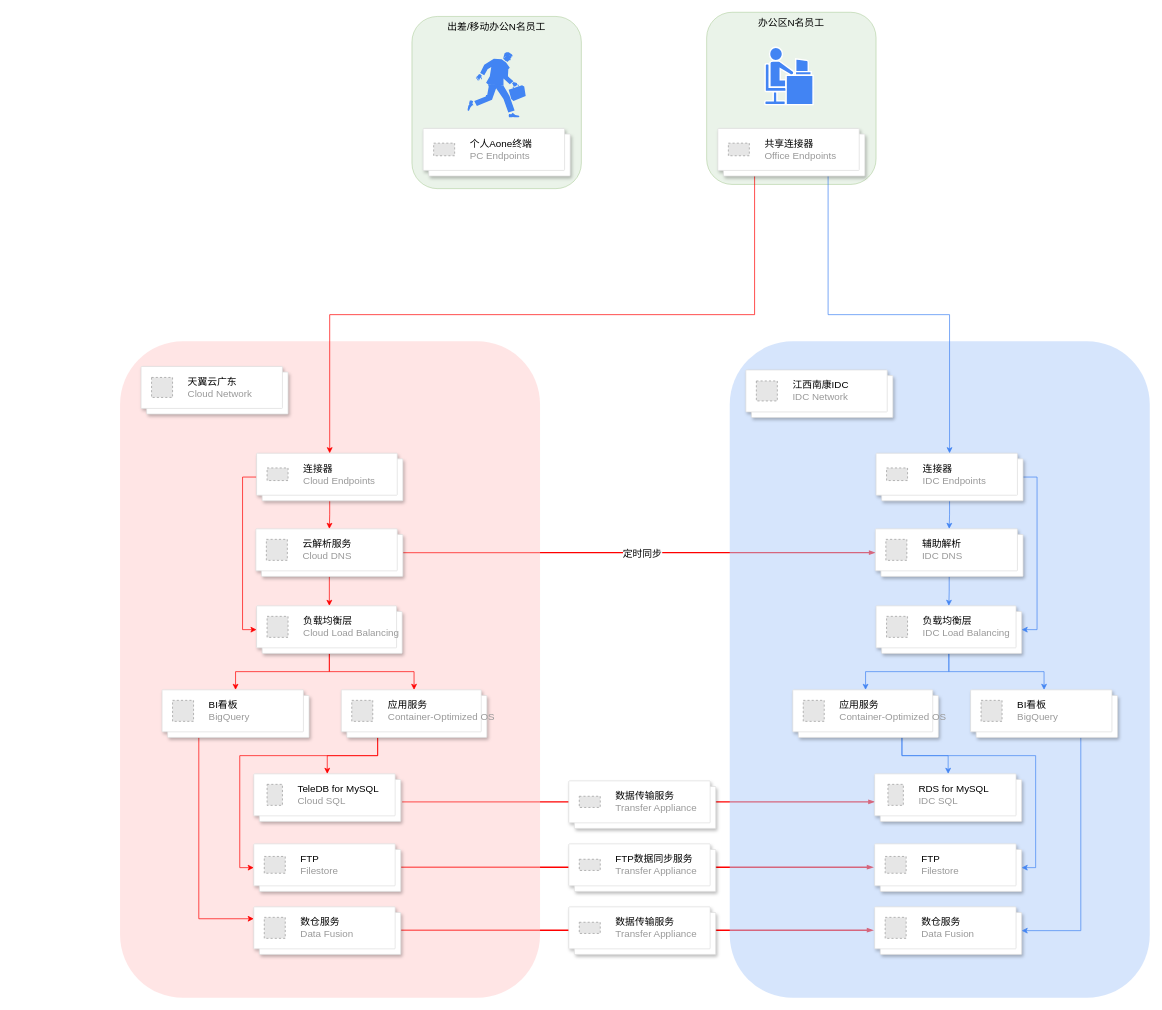
Above: page "第 1 页" (1 of 2) of 洋臣架构.drawio in MyselfblueKAMI/drawpub (draw.io), before the change. Source tidied: cells renumbered, new cells numbered last; positions are measured from the earlier drawing's top-left corner, leaving out a move shared by most shapes. Both pictures are drawn from the tidied source at 70%, with x=0, y=0 at pixel (120, 12). Pictures stored in the file or linked from it are replaced by grey dashed boxes.
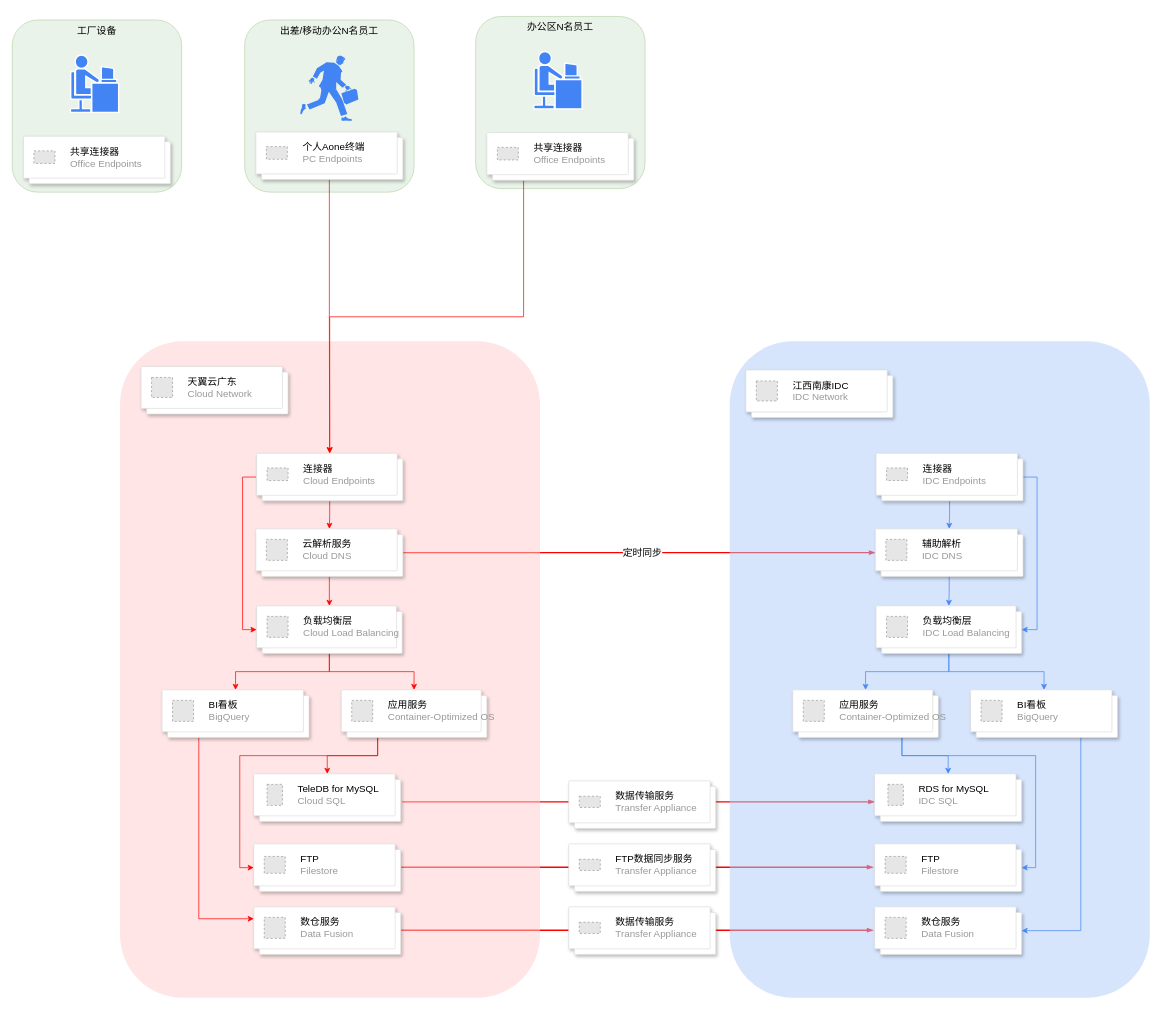
Above is the later version.

Commit message (it also covers changes not shown here):
更新洋臣架构.drawio

The change refers to these unchanged cells:
```xml
<mxCell id="62" style="shape=mxgraph.gcp2.doubleRect;fillColor=#ffffff;strokeColor=#dddddd;shadow=1;strokeWidth=1;rounded=1;absoluteArcSize=1;arcSize=2;" parent="1" vertex="1">
  <mxGeometry x="195" y="630" width="209" height="68" as="geometry" />
</mxCell>
<mxCell id="66" style="shape=mxgraph.gcp2.doubleRect;fillColor=#ffffff;strokeColor=#dddddd;shadow=1;strokeWidth=1;rounded=1;absoluteArcSize=1;arcSize=2;" parent="1" vertex="1">
  <mxGeometry x="1080" y="630" width="210" height="68" as="geometry" />
</mxCell>
```

What changed in the source:
```diff
@@
     <mxCell id="2" value="出差/移动办公N名员工" style="rounded=1;whiteSpace=wrap;html=1;fillColor=#d5e8d4;strokeColor=#82b366;opacity=50;fontSize=14;verticalAlign=top;" parent="1" vertex="1">
-      <mxGeometry x="417" y="6" width="242" height="246" as="geometry" />
+      <mxGeometry x="178" y="11" width="242" height="246" as="geometry" />
     </mxCell>
@@
     <mxCell id="68" value="办公区N名员工" style="rounded=1;whiteSpace=wrap;html=1;fillColor=#d5e8d4;strokeColor=#82b366;opacity=50;fontSize=14;verticalAlign=top;" parent="1" vertex="1">
-      <mxGeometry x="838" width="242" height="246" as="geometry" />
+      <mxGeometry x="508" y="6" width="242" height="246" as="geometry" />
     </mxCell>
@@
-    <mxCell id="70" style="edgeStyle=orthogonalEdgeStyle;rounded=0;jettySize=auto;html=1;exitX=0.75;exitY=1;exitDx=0;exitDy=0;entryX=0.5;entryY=0;entryDx=0;entryDy=0;strokeColor=#4284F3;" parent="1" edge="1" source="71" target="66">
-      <mxGeometry relative="1" as="geometry" />
-    </mxCell>
     <mxCell id="71" style="shape=mxgraph.gcp2.doubleRect;fillColor=#ffffff;strokeColor=#dddddd;shadow=1;strokeWidth=1;rounded=1;absoluteArcSize=1;arcSize=2;" parent="1" vertex="1">
-      <mxGeometry x="854" y="166" width="210" height="68" as="geometry" />
+      <mxGeometry x="524" y="172" width="210" height="68" as="geometry" />
     </mxCell>
@@
     <mxCell id="73" style="shape=mxgraph.cisco.people.androgenous_person;html=1;dashed=0;fillColor=#4284F3;strokeColor=#ffffff;strokeWidth=2;verticalLabelPosition=bottom;verticalAlign=top;align=center;" parent="1" vertex="1">
-      <mxGeometry x="921" y="50" width="69" height="82" as="geometry" />
+      <mxGeometry x="591" y="56" width="69" height="82" as="geometry" />
     </mxCell>
     <mxCell id="74" style="shape=mxgraph.cisco.people.running_man;html=1;dashed=0;fillColor=#4284F3;strokeColor=#ffffff;strokeWidth=2;verticalLabelPosition=bottom;verticalAlign=top;align=center;" parent="1" vertex="1">
-      <mxGeometry x="496.5" y="57" width="83" height="93" as="geometry" />
+      <mxGeometry x="257.5" y="62" width="83" height="93" as="geometry" />
     </mxCell>
+    <mxCell id="77" style="edgeStyle=orthogonalEdgeStyle;rounded=0;jettySize=auto;html=1;exitX=0.5;exitY=1;exitDx=0;exitDy=0;entryX=0.5;entryY=0;entryDx=0;entryDy=0;strokeColor=#FF0000;" parent="1" edge="1" source="75" target="62">
+      <mxGeometry relative="1" as="geometry" />
+    </mxCell>
     <mxCell id="75" style="shape=mxgraph.gcp2.doubleRect;fillColor=#ffffff;strokeColor=#dddddd;shadow=1;strokeWidth=1;rounded=1;absoluteArcSize=1;arcSize=2;" parent="1" vertex="1">
-      <mxGeometry x="433" y="166" width="210" height="68" as="geometry" />
+      <mxGeometry x="194" y="171" width="210" height="68" as="geometry" />
     </mxCell>
@@
+    <mxCell id="78" value="工厂设备" style="rounded=1;whiteSpace=wrap;html=1;fillColor=#d5e8d4;strokeColor=#82b366;opacity=50;fontSize=14;verticalAlign=top;" parent="1" vertex="1">
+      <mxGeometry x="-154" y="11" width="242" height="246" as="geometry" />
+    </mxCell>
+    <mxCell id="79" style="shape=mxgraph.gcp2.doubleRect;fillColor=#ffffff;strokeColor=#dddddd;shadow=1;strokeWidth=1;rounded=1;absoluteArcSize=1;arcSize=2;" parent="1" vertex="1">
+      <mxGeometry x="-138" y="177" width="210" height="68" as="geometry" />
+    </mxCell>
+    <mxCell id="80" value="&lt;font style=&quot;font-size: 14px;&quot;&gt;&lt;font color=&quot;#000000&quot;&gt;共享连接器&lt;/font&gt;&lt;br&gt;Office Endpoints&lt;/font&gt;" style="fillColor=#E6E6E6;strokeColor=#999999;dashed=1;html=1;fontColor=#999999;verticalLabelPosition=middle;verticalAlign=middle;labelPosition=right;align=left;spacingLeft=20;" parent="79" vertex="1">
+      <mxGeometry width="30" height="18" relative="1" as="geometry">
+        <mxPoint x="15" y="21" as="offset" />
+      </mxGeometry>
+    </mxCell>
+    <mxCell id="81" style="shape=mxgraph.cisco.people.androgenous_person;html=1;dashed=0;fillColor=#4284F3;strokeColor=#ffffff;strokeWidth=2;verticalLabelPosition=bottom;verticalAlign=top;align=center;" parent="1" vertex="1">
+      <mxGeometry x="-71" y="61" width="69" height="82" as="geometry" />
+    </mxCell>
```
